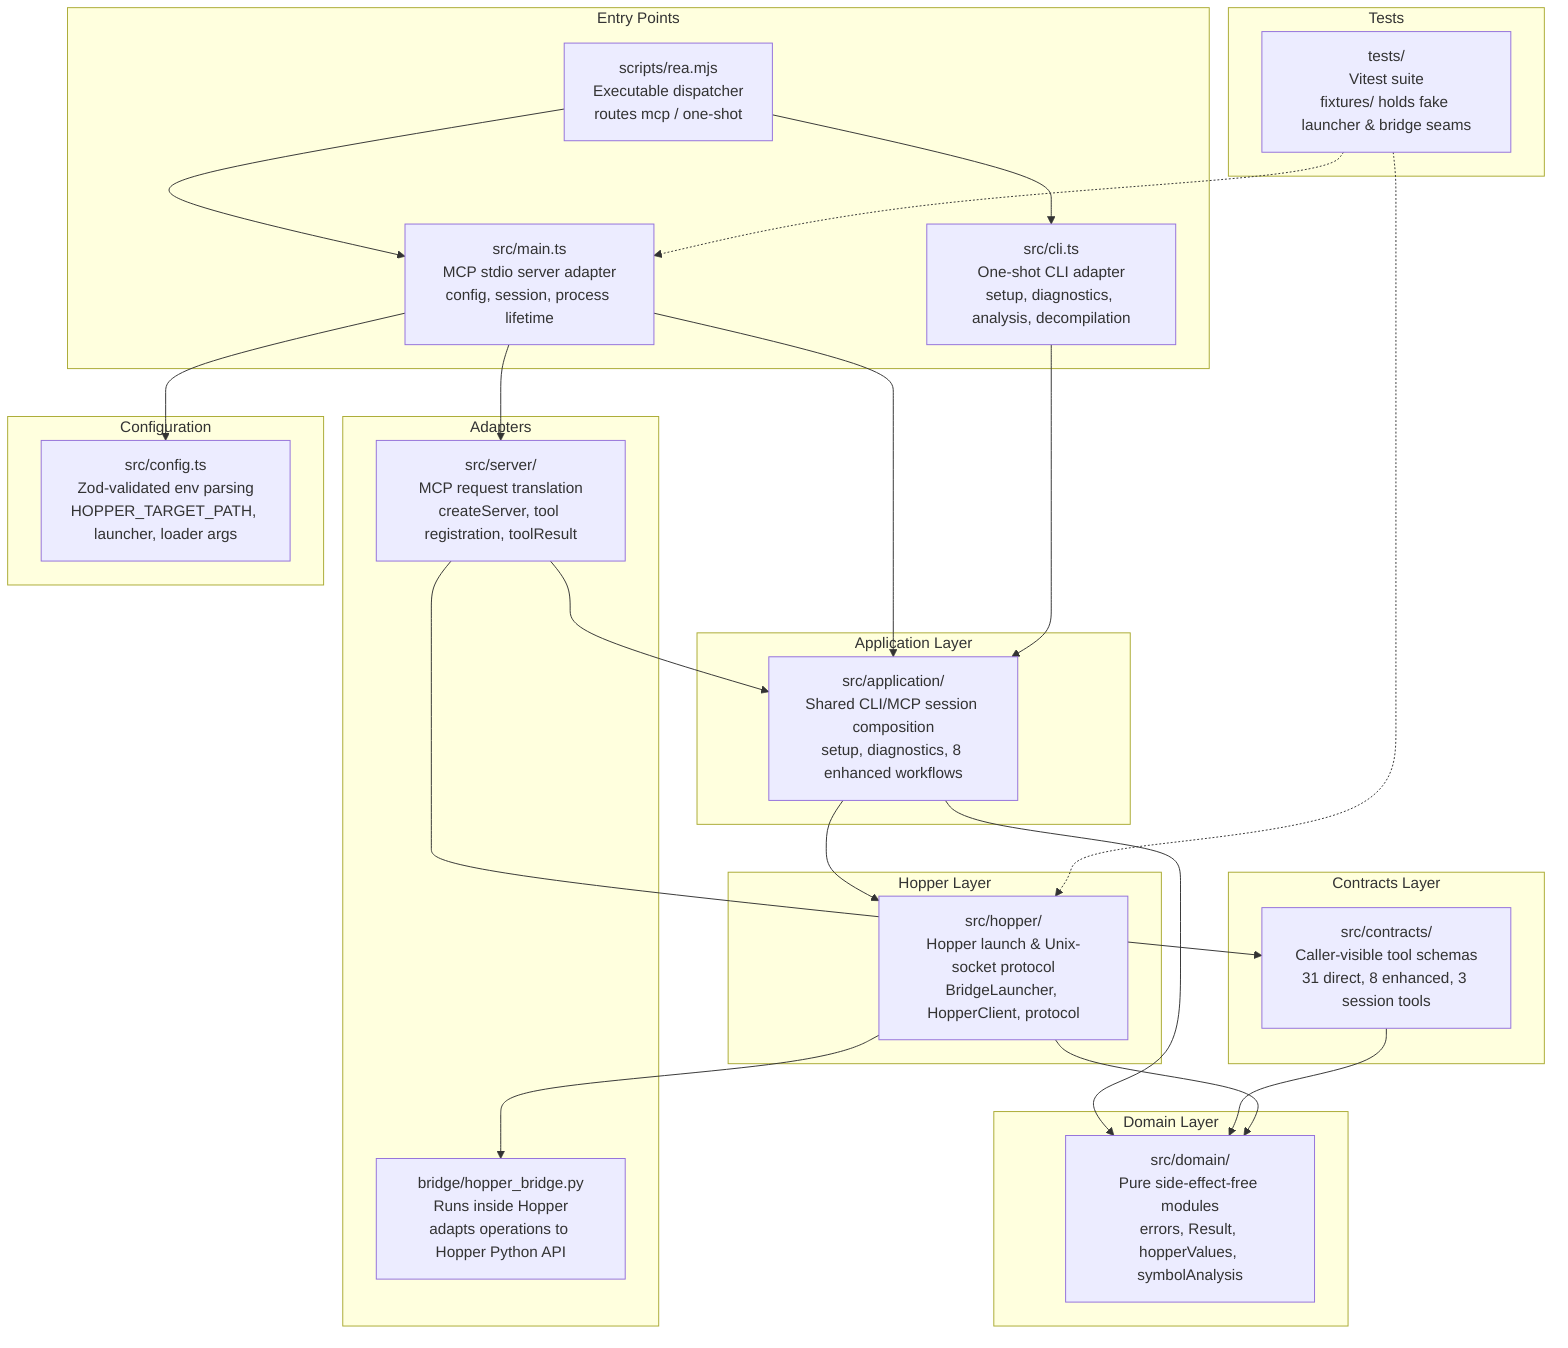
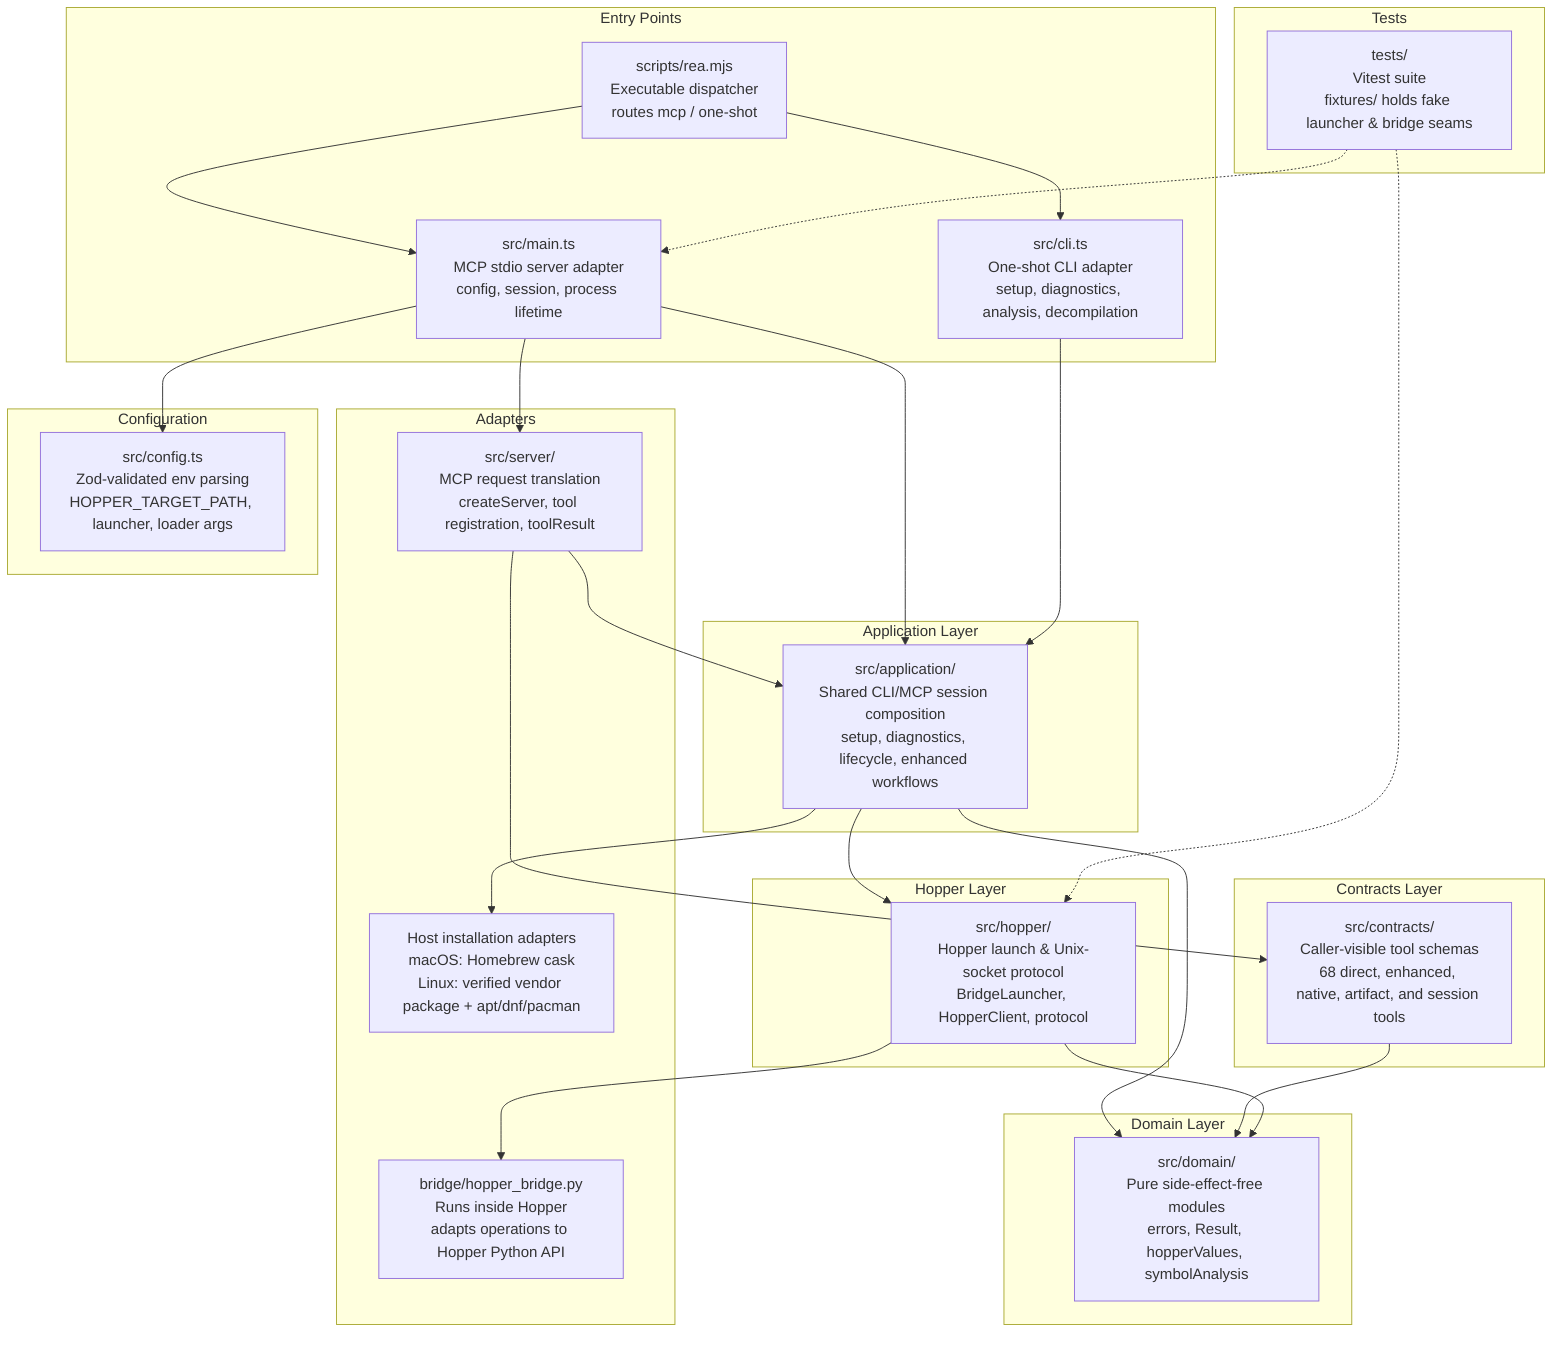
graph TD
    subgraph "Entry Points"
        CLI["src/cli.ts<br/>One-shot CLI adapter<br/>setup, diagnostics, analysis, decompilation"]
        MAIN["src/main.ts<br/>MCP stdio server adapter<br/>config, session, process lifetime"]
        DISPATCH["scripts/rea.mjs<br/>Executable dispatcher<br/>routes mcp / one-shot"]
    end

    subgraph "Adapters"
        SERVER["src/server/<br/>MCP request translation<br/>createServer, tool registration, toolResult"]
        BRIDGE["bridge/hopper_bridge.py<br/>Runs inside Hopper<br/>adapts operations to Hopper Python API"]
+         INSTALL["Host installation adapters<br/>macOS: Homebrew cask<br/>Linux: verified vendor package + apt/dnf/pacman"]
    end

    subgraph "Application Layer"
-         APP["src/application/<br/>Shared CLI/MCP session composition<br/>setup, diagnostics, 8 enhanced workflows"]
+         APP["src/application/<br/>Shared CLI/MCP session composition<br/>setup, diagnostics, lifecycle, enhanced workflows"]
    end

    subgraph "Hopper Layer"
        HOPPER["src/hopper/<br/>Hopper launch & Unix-socket protocol<br/>BridgeLauncher, HopperClient, protocol"]
    end

    subgraph "Contracts Layer"
-         CONTRACTS["src/contracts/<br/>Caller-visible tool schemas<br/>31 direct, 8 enhanced, 3 session tools"]
+         CONTRACTS["src/contracts/<br/>Caller-visible tool schemas<br/>68 direct, enhanced, native, artifact, and session tools"]
    end

    subgraph "Domain Layer"
        DOMAIN["src/domain/<br/>Pure side-effect-free modules<br/>errors, Result, hopperValues, symbolAnalysis"]
    end

    subgraph "Configuration"
        CONFIG["src/config.ts<br/>Zod-validated env parsing<br/>HOPPER_TARGET_PATH, launcher, loader args"]
    end

    subgraph "Tests"
        TESTS["tests/<br/>Vitest suite<br/>fixtures/ holds fake launcher & bridge seams"]
    end

    DISPATCH --> CLI
    DISPATCH --> MAIN
    MAIN --> CONFIG
    MAIN --> SERVER
    MAIN --> APP
    CLI --> APP
+     APP --> INSTALL
    SERVER --> CONTRACTS
    SERVER --> APP
    APP --> HOPPER
    HOPPER --> BRIDGE
    APP --> DOMAIN
    CONTRACTS --> DOMAIN
    HOPPER --> DOMAIN
    TESTS -.-> MAIN
    TESTS -.-> HOPPER
